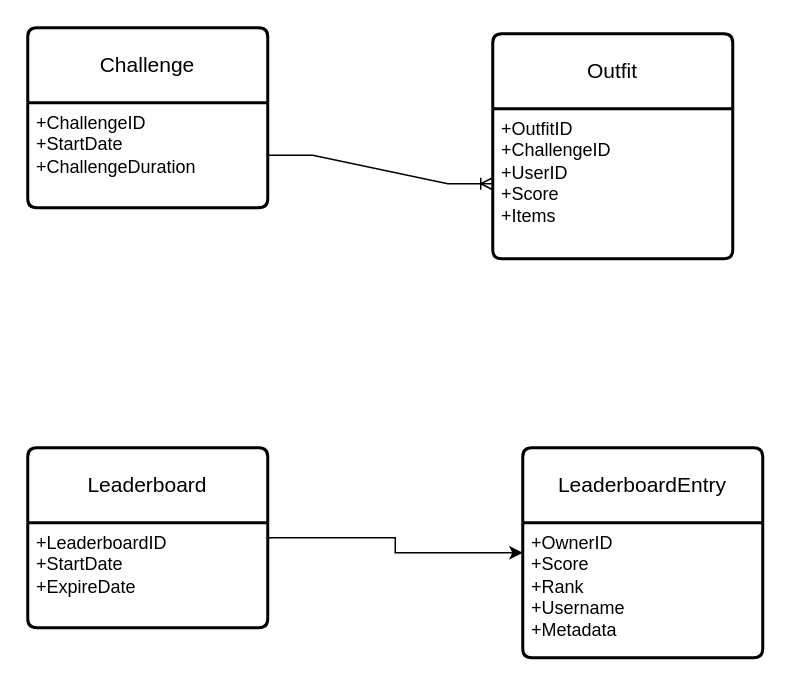
Above: PVP OOTD.drawio in yaohuiwu/SimpleFS (draw.io), before the change. Source tidied: cells renumbered, new cells numbered last; positions are measured from the earlier drawing's top-left corner, leaving out a move shared by most shapes. Both pictures are drawn from the tidied source at 150%, with x=0, y=0 at pixel (27, 27).
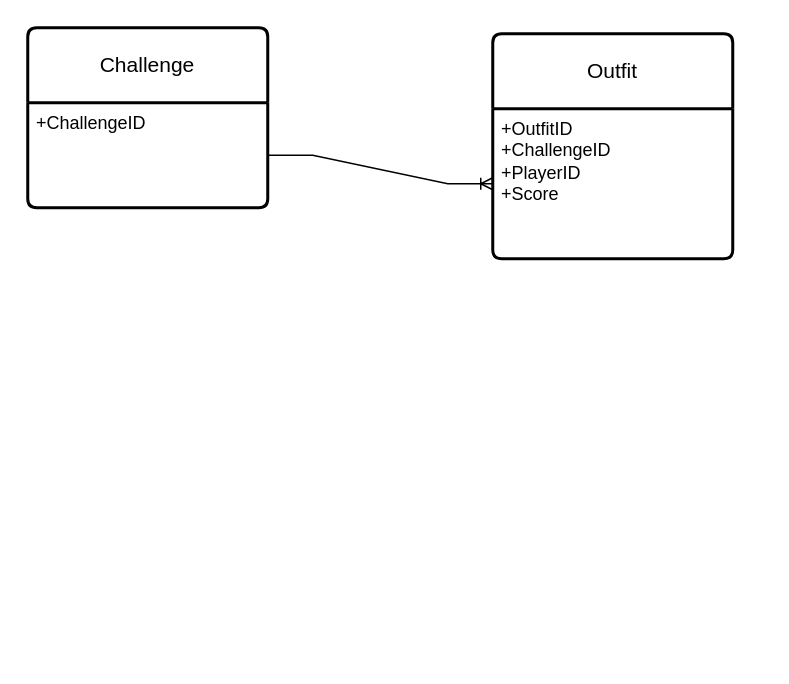
Above is the later version.

Change to the diagram source:
```diff
@@
 <mxGraphModel>
   <root>
     <mxCell id="0" />
     <mxCell id="1" parent="0" />
     <mxCell id="2" value="Challenge" style="swimlane;horizontal=1;startSize=50;rounded=1;fontSize=14;fontStyle=0;strokeWidth=2;shadow=0;dashed=0;align=center;arcSize=4;whiteSpace=wrap;html=1;" parent="1" vertex="1">
       <mxGeometry width="160" height="120" as="geometry" />
     </mxCell>
-    <mxCell id="3" value="+ChallengeID&lt;br&gt;+StartDate&lt;br&gt;+ChallengeDuration" style="align=left;strokeColor=none;fillColor=none;spacingLeft=4;fontSize=12;verticalAlign=top;html=1;" parent="2" vertex="1">
+    <mxCell id="3" value="+ChallengeID" style="align=left;strokeColor=none;fillColor=none;spacingLeft=4;fontSize=12;verticalAlign=top;html=1;" parent="2" vertex="1">
       <mxGeometry y="50" width="160" height="70" as="geometry" />
     </mxCell>
     <mxCell id="4" value="Outfit" style="swimlane;horizontal=1;startSize=50;rounded=1;fontSize=14;fontStyle=0;strokeWidth=2;shadow=0;dashed=0;align=center;arcSize=4;whiteSpace=wrap;html=1;" parent="1" vertex="1">
       <mxGeometry x="310" y="4" width="160" height="150" as="geometry" />
     </mxCell>
-    <mxCell id="5" value="+OutfitID&lt;br&gt;+ChallengeID&lt;br&gt;+UserID&lt;br&gt;+Score&lt;br&gt;+Items" style="align=left;strokeColor=none;fillColor=none;spacingLeft=4;fontSize=12;verticalAlign=top;html=1;" parent="4" vertex="1">
+    <mxCell id="5" value="+OutfitID&lt;br&gt;+ChallengeID&lt;br&gt;+PlayerID&lt;br&gt;+Score" style="align=left;strokeColor=none;fillColor=none;spacingLeft=4;fontSize=12;verticalAlign=top;html=1;" parent="4" vertex="1">
       <mxGeometry y="50" width="160" height="100" as="geometry" />
     </mxCell>
     <mxCell id="6" style="edgeStyle=entityRelationEdgeStyle;fontSize=12;html=1;endArrow=ERoneToMany;rounded=0;exitX=1;exitY=0.5;exitDx=0;exitDy=0;entryX=0;entryY=0.5;entryDx=0;entryDy=0;" parent="1" edge="1" source="3" target="5">
       <mxGeometry relative="1" as="geometry" />
     </mxCell>
-    <mxCell id="7" style="edgeStyle=orthogonalEdgeStyle;rounded=0;jettySize=auto;html=1;" parent="1" edge="1" source="8" target="10">
-      <mxGeometry relative="1" as="geometry" />
-    </mxCell>
-    <mxCell id="8" value="Leaderboard" style="swimlane;horizontal=1;startSize=50;rounded=1;fontSize=14;fontStyle=0;strokeWidth=2;shadow=0;dashed=0;align=center;arcSize=4;whiteSpace=wrap;html=1;" parent="1" vertex="1">
-      <mxGeometry y="280" width="160" height="120" as="geometry" />
-    </mxCell>
-    <mxCell id="9" value="+LeaderboardID&lt;br&gt;+StartDate&lt;br&gt;+ExpireDate" style="align=left;strokeColor=none;fillColor=none;spacingLeft=4;fontSize=12;verticalAlign=top;html=1;" parent="8" vertex="1">
-      <mxGeometry y="50" width="160" height="70" as="geometry" />
-    </mxCell>
-    <mxCell id="10" value="LeaderboardEntry" style="swimlane;horizontal=1;startSize=50;rounded=1;fontSize=14;fontStyle=0;strokeWidth=2;shadow=0;dashed=0;align=center;arcSize=4;whiteSpace=wrap;html=1;" parent="1" vertex="1">
-      <mxGeometry x="330" y="280" width="160" height="140" as="geometry" />
-    </mxCell>
-    <mxCell id="11" value="+OwnerID&lt;br&gt;+Score&lt;br&gt;+Rank&lt;br&gt;+Username&lt;br&gt;+Metadata" style="align=left;strokeColor=none;fillColor=none;spacingLeft=4;fontSize=12;verticalAlign=top;html=1;" parent="10" vertex="1">
-      <mxGeometry y="50" width="160" height="90" as="geometry" />
-    </mxCell>
   </root>
 </mxGraphModel>
```
